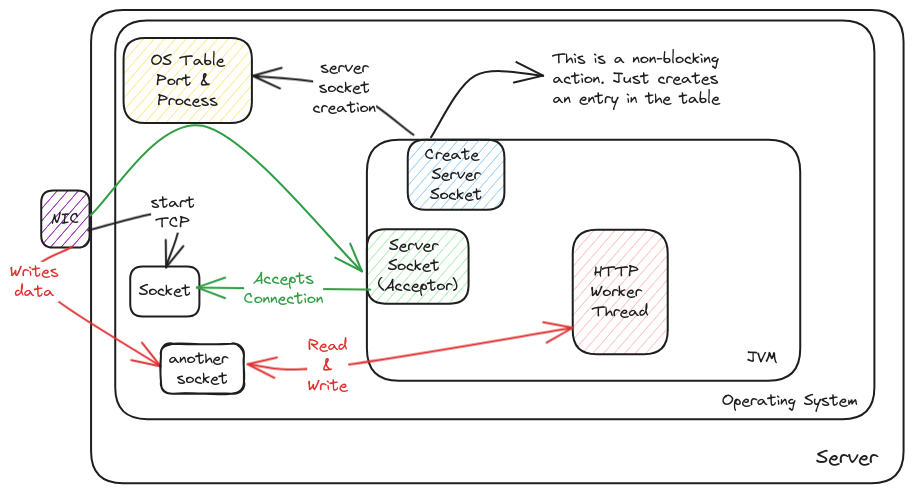
This is static/img/ports-sockets.excalidraw.png from swaroopar/inprogress-engineer, a Excalidraw export, as it was before one commit. Source tidied: one line per element, renumbered; positions are measured from the earlier drawing's top-left corner, leaving out a move shared by most shapes.
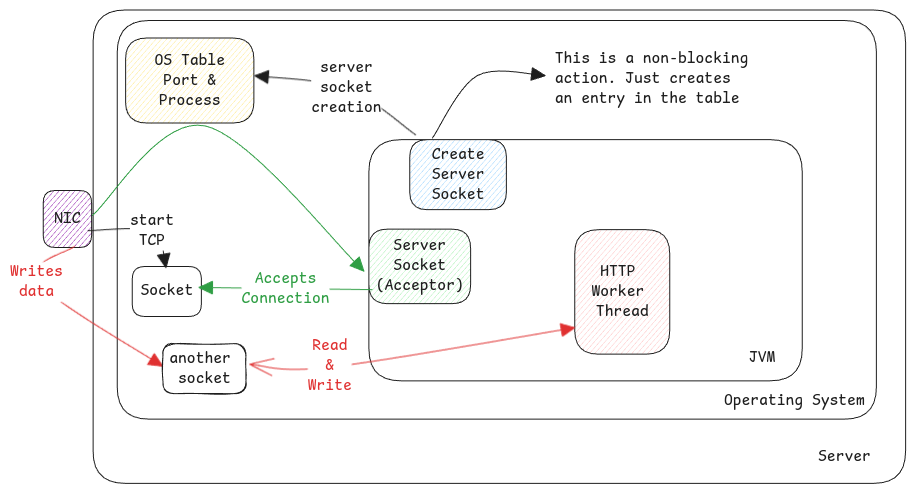
After the change.

Diff of the diagram source:
```diff
@@ -1,33 +1,33 @@
-{"id": 0, "type": "rectangle", "strokeColor": "#1e1e1e", "strokeWidth": 2, "roughness": 0, "round": true, "x": 81, "y": 0, "width": 813, "height": 473}
+{"id": 0, "type": "rectangle", "strokeColor": "#1e1e1e", "strokeWidth": 1, "roughness": 0, "round": true, "x": 81, "y": 0, "width": 813, "height": 473}
-{"id": 1, "type": "rectangle", "strokeColor": "#1e1e1e", "backgroundColor": "#ffec99", "fillStyle": "hachure", "strokeWidth": 2, "roughness": 0, "round": true, "x": 114, "y": 28, "width": 128, "height": 85}
+{"id": 1, "type": "rectangle", "strokeColor": "#1e1e1e", "backgroundColor": "#ffec99", "fillStyle": "hachure", "strokeWidth": 1, "roughness": 0, "round": true, "x": 114, "y": 28, "width": 128, "height": 85}
-{"id": 2, "type": "text", "text": "OS Table\nPort & \nProcess", "strokeColor": "#1e1e1e", "strokeWidth": 2, "roughness": 0, "fontSize": 16, "fontFamily": 1, "textAlign": "center", "verticalAlign": "middle", "inside": 1, "x": 141, "y": 41, "width": 74, "height": 60}
+{"id": 2, "type": "text", "text": "OS Table\nPort &\nProcess", "strokeColor": "#1e1e1e", "strokeWidth": 2, "roughness": 0, "fontSize": 16, "fontFamily": 8, "textAlign": "center", "verticalAlign": "middle", "inside": 1, "x": 143, "y": 41, "width": 70, "height": 60}
-{"id": 3, "type": "rectangle", "strokeColor": "#1e1e1e", "strokeWidth": 2, "roughness": 0, "round": true, "x": 357, "y": 130, "width": 433, "height": 241}
+{"id": 3, "type": "rectangle", "strokeColor": "#1e1e1e", "strokeWidth": 1, "roughness": 0, "round": true, "x": 357, "y": 130, "width": 433, "height": 241}
-{"id": 4, "type": "text", "text": "Server", "strokeColor": "#1e1e1e", "strokeWidth": 2, "roughness": 0, "fontSize": 20, "fontFamily": 1, "x": 806, "y": 435, "width": 62, "height": 25}
+{"id": 4, "type": "text", "text": "Server", "strokeColor": "#1e1e1e", "strokeWidth": 1, "roughness": 0, "fontSize": 16, "fontFamily": 8, "x": 806, "y": 437, "width": 53, "height": 20}
-{"id": 5, "type": "text", "text": "JVM", "strokeColor": "#1e1e1e", "strokeWidth": 2, "roughness": 0, "fontSize": 16, "fontFamily": 1, "x": 737, "y": 338, "width": 31, "height": 20}
+{"id": 5, "type": "text", "text": "JVM", "strokeColor": "#1e1e1e", "strokeWidth": 1, "roughness": 0, "fontSize": 16, "fontFamily": 8, "x": 737, "y": 338, "width": 26, "height": 20}
-{"id": 6, "type": "arrow", "strokeColor": "#1e1e1e", "strokeWidth": 2, "roughness": 0, "endArrowhead": "arrow", "round": true, "from": 3, "to": 1, "x": 404, "y": 125, "width": 161, "height": 59, "points": [[0, 0], [-69, -46], [-161, -59]]}
+{"id": 6, "type": "arrow", "strokeColor": "#1e1e1e", "strokeWidth": 1, "roughness": 0, "endArrowhead": "triangle", "round": true, "from": 3, "to": 1, "x": 404, "y": 125, "width": 161, "height": 59, "points": [[0, 0], [-69, -46], [-161, -59]]}
-{"id": 7, "type": "text", "text": "server\nsocket\ncreation", "strokeColor": "#1e1e1e", "strokeWidth": 2, "roughness": 0, "fontSize": 16, "fontFamily": 1, "textAlign": "center", "verticalAlign": "middle", "inside": 6, "x": 303, "y": 48, "width": 63, "height": 60}
+{"id": 7, "type": "text", "text": "server\nsocket\ncreation", "strokeColor": "#1e1e1e", "strokeWidth": 2, "roughness": 0, "fontSize": 16, "fontFamily": 8, "textAlign": "center", "verticalAlign": "middle", "inside": 6, "x": 299, "y": 48, "width": 70, "height": 60}
-{"id": 8, "type": "rectangle", "strokeColor": "#1e1e1e", "backgroundColor": "#a5d8ff", "fillStyle": "hachure", "strokeWidth": 2, "roughness": 0, "round": true, "x": 398, "y": 130, "width": 97, "height": 70}
+{"id": 8, "type": "rectangle", "strokeColor": "#1e1e1e", "backgroundColor": "#a5d8ff", "fillStyle": "hachure", "strokeWidth": 1, "roughness": 0, "round": true, "x": 398, "y": 130, "width": 97, "height": 70}
-{"id": 9, "type": "text", "text": "Create \nServer\nSocket", "strokeColor": "#1e1e1e", "strokeWidth": 2, "roughness": 0, "fontSize": 16, "fontFamily": 1, "textAlign": "center", "verticalAlign": "middle", "inside": 8, "x": 415, "y": 135, "width": 62, "height": 60}
+{"id": 9, "type": "text", "text": "Create\nServer\nSocket", "strokeColor": "#1e1e1e", "strokeWidth": 2, "roughness": 0, "fontSize": 16, "fontFamily": 8, "textAlign": "center", "verticalAlign": "middle", "inside": 8, "x": 420, "y": 135, "width": 53, "height": 60}
-{"id": 10, "type": "rectangle", "strokeColor": "#1e1e1e", "backgroundColor": "#9c36b5", "fillStyle": "hachure", "strokeWidth": 2, "roughness": 0, "round": true, "x": 31, "y": 181, "width": 48, "height": 57}
+{"id": 10, "type": "rectangle", "strokeColor": "#1e1e1e", "backgroundColor": "#9c36b5", "fillStyle": "hachure", "strokeWidth": 1, "roughness": 0, "round": true, "x": 31, "y": 181, "width": 48, "height": 57}
-{"id": 11, "type": "text", "text": "NIC", "strokeColor": "#1e1e1e", "strokeWidth": 2, "roughness": 0, "fontSize": 16, "fontFamily": 1, "textAlign": "center", "verticalAlign": "middle", "inside": 10, "x": 41, "y": 199, "width": 29, "height": 20}
+{"id": 11, "type": "text", "text": "NIC", "strokeColor": "#1e1e1e", "strokeWidth": 2, "roughness": 0, "fontSize": 16, "fontFamily": 8, "textAlign": "center", "verticalAlign": "middle", "inside": 10, "x": 42, "y": 199, "width": 26, "height": 20}
-{"id": 12, "type": "rectangle", "strokeColor": "#1e1e1e", "strokeWidth": 2, "roughness": 0, "round": true, "x": 105, "y": 11, "width": 759, "height": 399}
+{"id": 12, "type": "rectangle", "strokeColor": "#1e1e1e", "strokeWidth": 1, "roughness": 0, "round": true, "x": 105, "y": 11, "width": 759, "height": 399}
-{"id": 13, "type": "text", "text": "Operating System", "strokeColor": "#1e1e1e", "strokeWidth": 2, "roughness": 0, "fontSize": 16, "fontFamily": 1, "x": 712, "y": 381, "width": 136, "height": 20}
+{"id": 13, "type": "text", "text": "Operating System", "strokeColor": "#1e1e1e", "strokeWidth": 1, "roughness": 0, "fontSize": 16, "fontFamily": 8, "x": 712, "y": 381, "width": 141, "height": 20}
-{"id": 14, "type": "rectangle", "strokeColor": "#1e1e1e", "backgroundColor": "#b2f2bb", "fillStyle": "hachure", "strokeWidth": 2, "roughness": 0, "round": true, "x": 357, "y": 219, "width": 102, "height": 74}
+{"id": 14, "type": "rectangle", "strokeColor": "#1e1e1e", "backgroundColor": "#b2f2bb", "fillStyle": "hachure", "strokeWidth": 1, "roughness": 0, "round": true, "x": 357, "y": 219, "width": 102, "height": 74}
-{"id": 15, "type": "text", "text": "Server \nSocket \n(Acceptor)", "strokeColor": "#1e1e1e", "strokeWidth": 2, "roughness": 0, "fontSize": 16, "fontFamily": 1, "textAlign": "center", "verticalAlign": "middle", "inside": 14, "x": 368, "y": 226, "width": 80, "height": 60}
+{"id": 15, "type": "text", "text": "Server\nSocket\n(Acceptor)", "strokeColor": "#1e1e1e", "strokeWidth": 2, "roughness": 0, "fontSize": 16, "fontFamily": 8, "textAlign": "center", "verticalAlign": "middle", "inside": 14, "x": 364, "y": 226, "width": 88, "height": 60}
-{"id": 16, "type": "arrow", "strokeColor": "#2f9e44", "strokeWidth": 2, "roughness": 0, "endArrowhead": "arrow", "round": true, "from": 12, "to": 14, "x": 80, "y": 206, "width": 272, "height": 145, "points": [[0, 0], [112, -90], [272, 56]]}
+{"id": 16, "type": "arrow", "strokeColor": "#2f9e44", "strokeWidth": 1, "roughness": 0, "endArrowhead": "triangle", "round": true, "from": 12, "to": 14, "x": 80, "y": 206, "width": 272, "height": 145, "points": [[0, 0], [112, -90], [272, 56]]}
-{"id": 17, "type": "rectangle", "strokeColor": "#1e1e1e", "strokeWidth": 2, "roughness": 0, "round": true, "x": 120, "y": 256, "width": 69, "height": 50}
+{"id": 17, "type": "rectangle", "strokeColor": "#1e1e1e", "strokeWidth": 1, "roughness": 0, "round": true, "x": 120, "y": 256, "width": 69, "height": 50}
-{"id": 18, "type": "text", "text": "Socket", "strokeColor": "#1e1e1e", "strokeWidth": 2, "roughness": 0, "fontSize": 16, "fontFamily": 1, "textAlign": "center", "verticalAlign": "middle", "inside": 17, "x": 129, "y": 271, "width": 52, "height": 20}
+{"id": 18, "type": "text", "text": "Socket", "strokeColor": "#1e1e1e", "strokeWidth": 2, "roughness": 0, "fontSize": 16, "fontFamily": 8, "textAlign": "center", "verticalAlign": "middle", "inside": 17, "x": 128, "y": 271, "width": 53, "height": 20}
-{"id": 19, "type": "arrow", "strokeColor": "#2f9e44", "strokeWidth": 2, "roughness": 0, "endArrowhead": "arrow", "round": true, "x": 360, "y": 280, "width": 173, "height": 2, "points": [[0, 0], [-173, -2]]}
+{"id": 19, "type": "arrow", "strokeColor": "#2f9e44", "strokeWidth": 1, "roughness": 0, "endArrowhead": "triangle", "round": true, "x": 360, "y": 280, "width": 173, "height": 2, "points": [[0, 0], [-173, -2]]}
-{"id": 20, "type": "text", "text": "Accepts\nConnection", "strokeColor": "#2f9e44", "backgroundColor": "#b2f2bb", "fillStyle": "hachure", "strokeWidth": 2, "roughness": 0, "fontSize": 16, "fontFamily": 1, "textAlign": "center", "verticalAlign": "middle", "inside": 19, "x": 234, "y": 259, "width": 80, "height": 40}
+{"id": 20, "type": "text", "text": "Accepts\nConnection", "strokeColor": "#2f9e44", "backgroundColor": "#b2f2bb", "fillStyle": "hachure", "strokeWidth": 2, "roughness": 0, "fontSize": 16, "fontFamily": 8, "textAlign": "center", "verticalAlign": "middle", "inside": 19, "x": 230, "y": 259, "width": 88, "height": 40}
-{"id": 21, "type": "rectangle", "strokeColor": "#1e1e1e", "backgroundColor": "#ffc9c9", "fillStyle": "hachure", "strokeWidth": 2, "roughness": 0, "round": true, "x": 563, "y": 220, "width": 95, "height": 124}
+{"id": 21, "type": "rectangle", "strokeColor": "#1e1e1e", "backgroundColor": "#ffc9c9", "fillStyle": "hachure", "strokeWidth": 1, "roughness": 0, "round": true, "x": 563, "y": 220, "width": 95, "height": 124}
-{"id": 22, "type": "text", "text": "HTTP \nWorker \nThread", "strokeColor": "#1e1e1e", "strokeWidth": 2, "roughness": 0, "fontSize": 16, "fontFamily": 1, "textAlign": "center", "verticalAlign": "middle", "inside": 21, "x": 581, "y": 252, "width": 59, "height": 60}
+{"id": 22, "type": "text", "text": "HTTP \nWorker \nThread", "strokeColor": "#1e1e1e", "strokeWidth": 2, "roughness": 0, "fontSize": 16, "fontFamily": 8, "textAlign": "center", "verticalAlign": "middle", "inside": 21, "x": 579, "y": 252, "width": 62, "height": 60}
-{"id": 23, "type": "arrow", "strokeColor": "#e03131", "strokeWidth": 2, "roughness": 0, "startArrowhead": "arrow", "endArrowhead": "arrow", "round": true, "to": 21, "x": 238, "y": 353, "width": 325, "height": 39, "points": [[0, 0], [80, 3], [325, -36]]}
+{"id": 23, "type": "arrow", "strokeColor": "#e03131", "strokeWidth": 1, "roughness": 0, "startArrowhead": "arrow", "endArrowhead": "triangle", "round": true, "to": 21, "x": 238, "y": 353, "width": 325, "height": 39, "points": [[0, 0], [80, 3], [325, -36]]}
-{"id": 24, "type": "text", "text": "Read\n&\nWrite", "strokeColor": "#e03131", "backgroundColor": "#b2f2bb", "fillStyle": "hachure", "strokeWidth": 2, "roughness": 0, "fontSize": 16, "fontFamily": 1, "textAlign": "center", "verticalAlign": "middle", "inside": 23, "x": 298, "y": 326, "width": 40, "height": 60}
+{"id": 24, "type": "text", "text": "Read\n&\nWrite", "strokeColor": "#e03131", "backgroundColor": "#b2f2bb", "fillStyle": "hachure", "strokeWidth": 2, "roughness": 0, "fontSize": 16, "fontFamily": 8, "textAlign": "center", "verticalAlign": "middle", "inside": 23, "x": 296, "y": 326, "width": 44, "height": 60}
-{"id": 25, "type": "arrow", "strokeColor": "#e03131", "backgroundColor": "#b2f2bb", "fillStyle": "hachure", "strokeWidth": 2, "roughness": 0, "endArrowhead": "arrow", "round": true, "from": 0, "to": 29, "x": 61, "y": 236, "width": 125, "height": 120, "points": [[0, 0], [-37, 36], [88, 120]]}
+{"id": 25, "type": "arrow", "strokeColor": "#e03131", "backgroundColor": "#b2f2bb", "fillStyle": "hachure", "strokeWidth": 1, "roughness": 0, "endArrowhead": "triangle", "round": true, "from": 0, "to": 29, "x": 61, "y": 236, "width": 125, "height": 120, "points": [[0, 0], [-37, 36], [88, 120]]}
-{"id": 26, "type": "text", "text": "Writes\ndata", "strokeColor": "#e03131", "backgroundColor": "#b2f2bb", "fillStyle": "hachure", "strokeWidth": 2, "roughness": 0, "fontSize": 16, "fontFamily": 1, "textAlign": "center", "verticalAlign": "middle", "inside": 25, "x": 0, "y": 252, "width": 49, "height": 40}
+{"id": 26, "type": "text", "text": "Writes\ndata", "strokeColor": "#e03131", "backgroundColor": "#b2f2bb", "fillStyle": "hachure", "strokeWidth": 2, "roughness": 0, "fontSize": 16, "fontFamily": 8, "textAlign": "center", "verticalAlign": "middle", "inside": 25, "x": -2, "y": 252, "width": 53, "height": 40}
-{"id": 27, "type": "arrow", "strokeColor": "#1e1e1e", "backgroundColor": "#9c36b5", "fillStyle": "hachure", "strokeWidth": 2, "roughness": 0, "endArrowhead": "arrow", "round": true, "from": 8, "to": 28, "x": 421, "y": 127, "width": 112, "height": 62, "points": [[0, 0], [44, -62], [112, -62]]}
+{"id": 27, "type": "arrow", "strokeColor": "#1e1e1e", "backgroundColor": "#9c36b5", "fillStyle": "hachure", "strokeWidth": 1, "roughness": 0, "endArrowhead": "triangle", "round": true, "from": 8, "to": 28, "x": 420, "y": 128, "width": 113, "height": 63, "points": [[0, 0], [45, -63], [113, -63]]}
-{"id": 28, "type": "text", "text": "This is a non-blocking \naction. Just creates\nan entry in the table", "strokeColor": "#1e1e1e", "backgroundColor": "#9c36b5", "fillStyle": "hachure", "strokeWidth": 2, "roughness": 0, "fontSize": 16, "fontFamily": 1, "x": 543, "y": 39, "width": 174, "height": 60}
+{"id": 28, "type": "text", "text": "This is a non-blocking \naction. Just creates\nan entry in the table", "strokeColor": "#1e1e1e", "backgroundColor": "#9c36b5", "fillStyle": "hachure", "strokeWidth": 1, "roughness": 0, "fontSize": 16, "fontFamily": 8, "x": 543, "y": 39, "width": 202, "height": 60}
-{"id": 29, "type": "rectangle", "strokeColor": "#1e1e1e", "strokeWidth": 2, "roughness": 1, "round": true, "x": 151, "y": 334, "width": 83, "height": 50}
+{"id": 29, "type": "rectangle", "strokeColor": "#1e1e1e", "strokeWidth": 1, "roughness": 1, "round": true, "x": 151, "y": 334, "width": 83, "height": 50}
-{"id": 30, "type": "text", "text": "another \nsocket", "strokeColor": "#1e1e1e", "strokeWidth": 2, "roughness": 1, "fontSize": 16, "fontFamily": 1, "textAlign": "center", "verticalAlign": "middle", "inside": 29, "x": 159, "y": 339, "width": 68, "height": 40}
+{"id": 30, "type": "text", "text": "another \nsocket", "strokeColor": "#1e1e1e", "strokeWidth": 2, "roughness": 1, "fontSize": 16, "fontFamily": 8, "textAlign": "center", "verticalAlign": "middle", "inside": 29, "x": 157, "y": 339, "width": 70, "height": 40}
-{"id": 31, "type": "arrow", "strokeColor": "#1e1e1e", "strokeWidth": 2, "roughness": 0, "endArrowhead": "arrow", "round": true, "from": 12, "x": 76, "y": 220, "width": 87, "height": 54, "points": [[0, 0], [87, -17], [78, 37]]}
+{"id": 31, "type": "arrow", "strokeColor": "#1e1e1e", "strokeWidth": 1, "roughness": 0, "endArrowhead": "triangle", "round": true, "from": 12, "to": 17, "x": 76, "y": 220, "width": 78, "height": 37, "points": [[0, 0], [64, 1], [78, 37]]}
-{"id": 32, "type": "text", "text": "start\nTCP", "strokeColor": "#1e1e1e", "strokeWidth": 2, "roughness": 0, "fontSize": 16, "fontFamily": 1, "textAlign": "center", "verticalAlign": "middle", "inside": 31, "x": 141, "y": 183, "width": 44, "height": 40}
+{"id": 32, "type": "text", "text": "start\nTCP", "strokeColor": "#1e1e1e", "strokeWidth": 2, "roughness": 0, "fontSize": 16, "fontFamily": 8, "textAlign": "center", "verticalAlign": "middle", "inside": 31, "x": 141, "y": 183, "width": 44, "height": 40}
```
